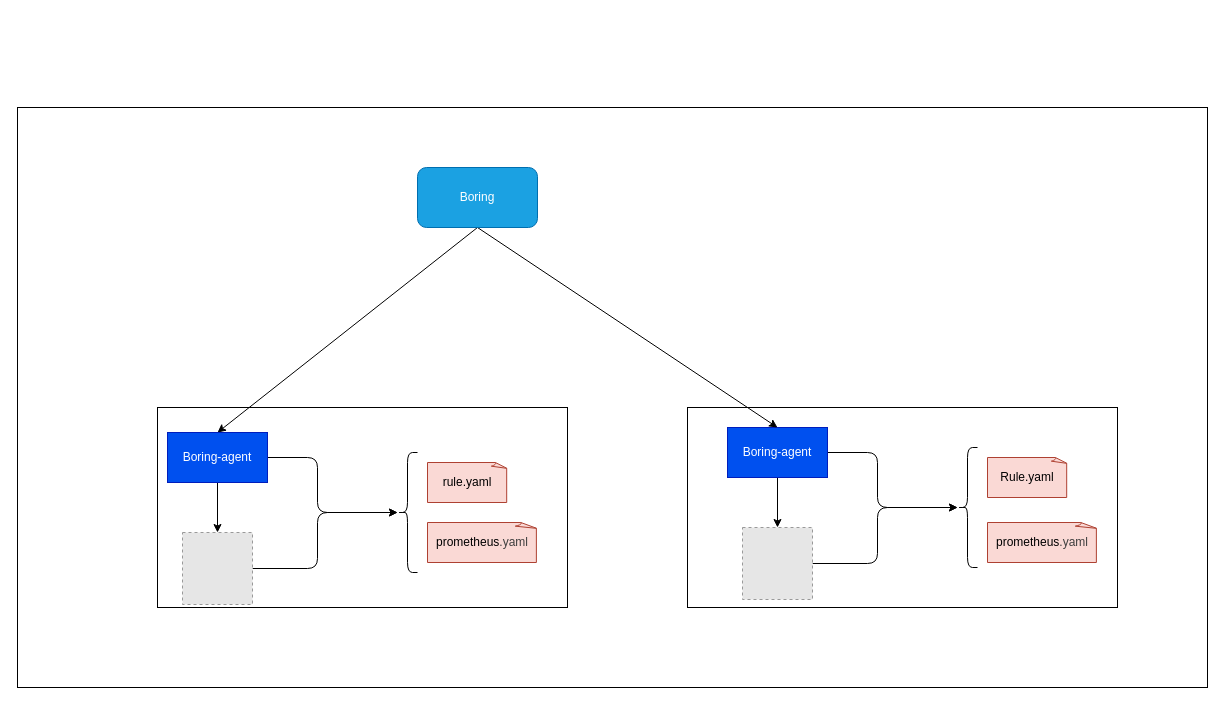
Above: doc/design.drawio in qwganker/boring (draw.io), before the change. Source tidied: cells renumbered, new cells numbered last; positions are measured from the earlier drawing's top-left corner, leaving out a move shared by most shapes. Both pictures are drawn from the tidied source at 100%, with x=0, y=0 at pixel (17, 107). Pictures stored in the file or linked from it are replaced by grey dashed boxes.
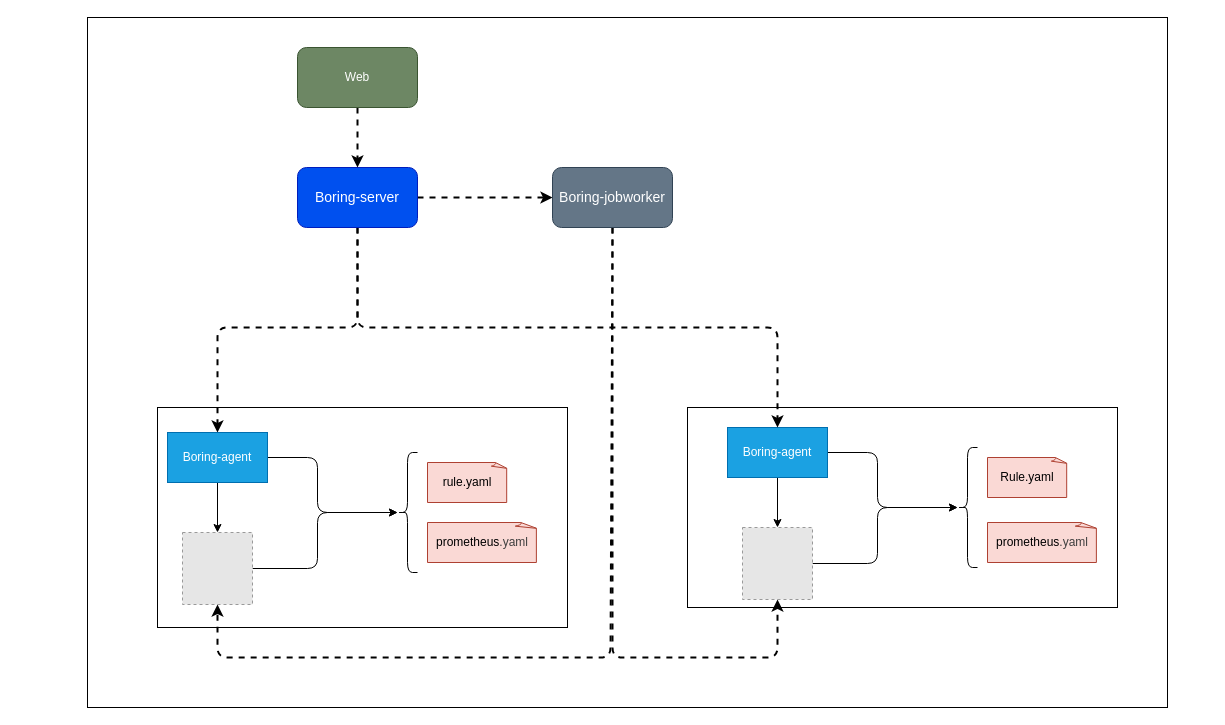
The same page after the edit.

The change refers to these unchanged cells:
```xml
<mxCell id="6" style="fillColor=#E6E6E6;strokeColor=#999999;dashed=1;verticalLabelPosition=bottom;labelBackgroundColor=default;verticalAlign=top;" parent="1" vertex="1">
  <mxGeometry x="725" y="420" width="70" height="72" as="geometry" />
</mxCell>
<mxCell id="16" style="fillColor=#E6E6E6;strokeColor=#999999;dashed=1;verticalLabelPosition=bottom;labelBackgroundColor=default;verticalAlign=top;" parent="1" vertex="1">
  <mxGeometry x="165" y="425" width="70" height="72" as="geometry" />
</mxCell>
```

What changed in the source:
```diff
@@
     <mxCell id="2" style="rounded=0;whiteSpace=wrap;html=1;" parent="1" vertex="1">
-      <mxGeometry width="1190" height="580" as="geometry" />
+      <mxGeometry x="70" y="-90" width="1080" height="690" as="geometry" />
     </mxCell>
     <mxCell id="3" style="rounded=0;whiteSpace=wrap;html=1;" parent="1" vertex="1">
-      <mxGeometry x="140" y="300" width="410" height="200" as="geometry" />
+      <mxGeometry x="140" y="300" width="410" height="220" as="geometry" />
     </mxCell>
@@
-    <mxCell id="9" value="Boring-agent" style="text;html=1;align=center;verticalAlign=middle;whiteSpace=wrap;rounded=0;strokeColor=#001DBC;fillColor=#0050ef;fontColor=#ffffff;" parent="1" vertex="1">
+    <mxCell id="9" value="Boring-agent" style="text;html=1;align=center;verticalAlign=middle;whiteSpace=wrap;rounded=0;strokeColor=#006EAF;fillColor=#1ba1e2;fontColor=#ffffff;" parent="1" vertex="1">
       <mxGeometry x="710" y="320" width="100" height="50" as="geometry" />
     </mxCell>
@@
-    <mxCell id="12" style="edgeStyle=none;html=1;exitX=0.5;exitY=1;exitDx=0;exitDy=0;entryX=0.5;entryY=0;entryDx=0;entryDy=0;" parent="1" edge="1" source="14" target="19">
-      <mxGeometry relative="1" as="geometry" />
+    <mxCell id="12" style="edgeStyle=none;html=1;exitX=0.5;exitY=1;exitDx=0;exitDy=0;entryX=0.5;entryY=0;entryDx=0;entryDy=0;dashed=1;strokeWidth=2;" parent="1" edge="1" source="14" target="19">
+      <mxGeometry relative="1" as="geometry">
+        <Array as="points">
+          <mxPoint x="340" y="220" />
+          <mxPoint x="200" y="220" />
+        </Array>
+      </mxGeometry>
     </mxCell>
-    <mxCell id="13" style="edgeStyle=none;html=1;exitX=0.5;exitY=1;exitDx=0;exitDy=0;entryX=0.5;entryY=0;entryDx=0;entryDy=0;" parent="1" edge="1" source="14" target="9">
-      <mxGeometry relative="1" as="geometry" />
+    <mxCell id="13" style="edgeStyle=none;html=1;exitX=0.5;exitY=1;exitDx=0;exitDy=0;entryX=0.5;entryY=0;entryDx=0;entryDy=0;dashed=1;strokeWidth=2;" parent="1" edge="1" source="14" target="9">
+      <mxGeometry relative="1" as="geometry">
+        <Array as="points">
+          <mxPoint x="340" y="220" />
+          <mxPoint x="760" y="220" />
+        </Array>
+      </mxGeometry>
     </mxCell>
+    <mxCell id="24" style="edgeStyle=none;html=1;exitX=1;exitY=0.5;exitDx=0;exitDy=0;entryX=0;entryY=0.5;entryDx=0;entryDy=0;strokeColor=#000000;dashed=1;strokeWidth=2;" parent="1" edge="1" source="14" target="27">
+      <mxGeometry relative="1" as="geometry" />
+    </mxCell>
-    <mxCell id="14" value="Boring" style="rounded=1;whiteSpace=wrap;html=1;fillColor=#1ba1e2;strokeColor=#006EAF;fontColor=#ffffff;" parent="1" vertex="1">
-      <mxGeometry x="400" y="60" width="120" height="60" as="geometry" />
+    <mxCell id="14" value="&lt;font style=&quot;font-size: 14px; color: rgb(255, 255, 255);&quot;&gt;Boring-server&lt;/font&gt;" style="rounded=1;whiteSpace=wrap;html=1;fillColor=#0050ef;strokeColor=#001DBC;fontColor=#ffffff;" parent="1" vertex="1">
+      <mxGeometry x="280" y="60" width="120" height="60" as="geometry" />
     </mxCell>
@@
-    <mxCell id="19" value="Boring-agent" style="text;html=1;align=center;verticalAlign=middle;whiteSpace=wrap;rounded=0;strokeColor=#001DBC;fillColor=#0050ef;fontColor=#ffffff;" parent="1" vertex="1">
+    <mxCell id="19" value="Boring-agent" style="text;html=1;align=center;verticalAlign=middle;whiteSpace=wrap;rounded=0;strokeColor=#006EAF;fillColor=#1ba1e2;fontColor=#ffffff;" parent="1" vertex="1">
       <mxGeometry x="150" y="325" width="100" height="50" as="geometry" />
     </mxCell>
@@
+    <mxCell id="25" style="edgeStyle=none;html=1;exitX=0.5;exitY=1;exitDx=0;exitDy=0;dashed=1;strokeWidth=2;" parent="1" edge="1" source="27" target="16">
+      <mxGeometry relative="1" as="geometry">
+        <Array as="points">
+          <mxPoint x="593" y="550" />
+          <mxPoint x="200" y="550" />
+          <mxPoint x="200" y="520" />
+        </Array>
+      </mxGeometry>
+    </mxCell>
+    <mxCell id="26" style="edgeStyle=none;html=1;exitX=0.5;exitY=1;exitDx=0;exitDy=0;entryX=0.5;entryY=1;entryDx=0;entryDy=0;strokeWidth=2;dashed=1;" parent="1" edge="1" source="27" target="6">
+      <mxGeometry relative="1" as="geometry">
+        <Array as="points">
+          <mxPoint x="595" y="550" />
+          <mxPoint x="760" y="550" />
+        </Array>
+      </mxGeometry>
+    </mxCell>
+    <mxCell id="27" value="&lt;font style=&quot;font-size: 14px; color: rgb(255, 255, 255);&quot;&gt;Boring-jobworker&lt;/font&gt;" style="rounded=1;whiteSpace=wrap;html=1;fillColor=#647687;strokeColor=#314354;fontColor=#ffffff;" parent="1" vertex="1">
+      <mxGeometry x="535" y="60" width="120" height="60" as="geometry" />
+    </mxCell>
+    <mxCell id="28" style="edgeStyle=none;html=1;exitX=0.5;exitY=1;exitDx=0;exitDy=0;dashed=1;strokeWidth=2;" parent="1" edge="1" source="29" target="14">
+      <mxGeometry relative="1" as="geometry" />
+    </mxCell>
+    <mxCell id="29" value="Web" style="rounded=1;whiteSpace=wrap;html=1;fillColor=#6d8764;fontColor=#ffffff;strokeColor=#3A5431;" parent="1" vertex="1">
+      <mxGeometry x="280" y="-60" width="120" height="60" as="geometry" />
+    </mxCell>
```
